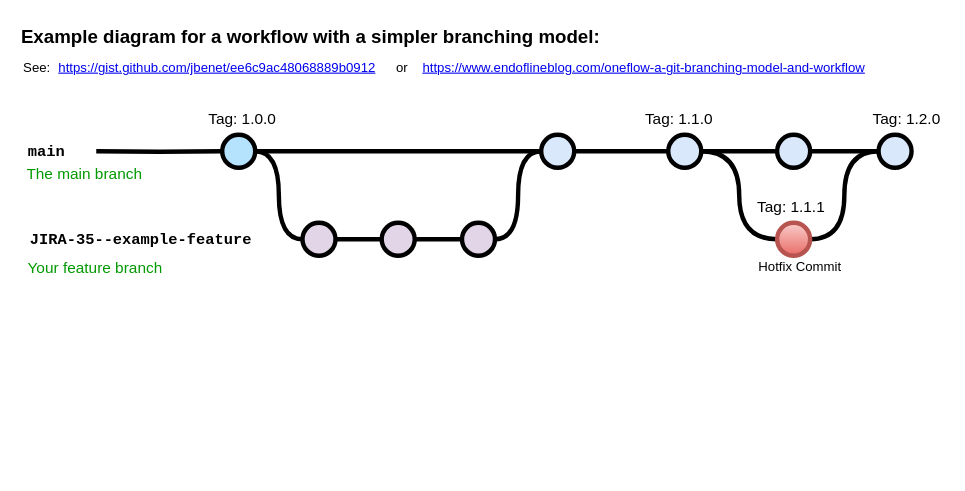
Before: page "simple gitflow" (1 of 2) of Untitled Diagram.drawio in bcrandell/data-assets, a draw.io diagram. Source tidied: cells renumbered, new cells numbered last; positions are measured from the earlier drawing's top-left corner, leaving out a move shared by most shapes. Both pictures are drawn from the tidied source at 110%, with x=0, y=0 at pixel (19, 19).
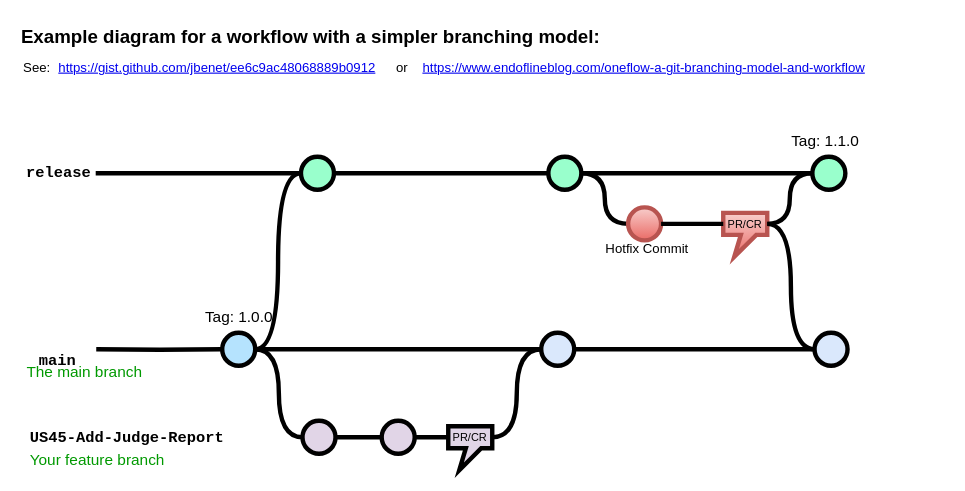
After the change.

The edit, as a diff of the source:
```diff
@@
     <mxCell id="7" style="verticalLabelPosition=bottom;verticalAlign=top;html=1;strokeWidth=4;shape=mxgraph.flowchart.on-page_reference;plain-blue;gradientColor=none;fillColor=#B5E3Fe;strokeColor=#000000;" parent="1" vertex="1">
-      <mxGeometry x="184.5" y="105" width="30" height="30" as="geometry" />
+      <mxGeometry x="184.5" y="285" width="30" height="30" as="geometry" />
     </mxCell>
@@
     <mxCell id="9" style="verticalLabelPosition=bottom;verticalAlign=top;html=1;strokeWidth=4;shape=mxgraph.flowchart.on-page_reference;plain-blue;gradientColor=none;strokeColor=#000000;" parent="1" vertex="1">
-      <mxGeometry x="474.5" y="105" width="30" height="30" as="geometry" />
+      <mxGeometry x="474.5" y="285" width="30" height="30" as="geometry" />
     </mxCell>
-    <mxCell id="10" style="edgeStyle=orthogonalEdgeStyle;curved=1;rounded=0;jettySize=auto;html=1;endArrow=none;endFill=0;strokeWidth=4;fontFamily=Courier New;fontSize=16;" parent="1" edge="1" source="12" target="14">
-      <mxGeometry relative="1" as="geometry" />
-    </mxCell>
-    <mxCell id="11" style="edgeStyle=orthogonalEdgeStyle;curved=1;rounded=0;jettySize=auto;html=1;endArrow=none;endFill=0;strokeWidth=4;fontFamily=Courier New;fontSize=16;entryX=0;entryY=0.5;entryDx=0;entryDy=0;entryPerimeter=0;" parent="1" edge="1" source="12" target="32">
+    <mxCell id="11" style="edgeStyle=orthogonalEdgeStyle;curved=1;rounded=0;jettySize=auto;html=1;endArrow=none;endFill=0;strokeWidth=4;fontFamily=Courier New;fontSize=16;entryX=0;entryY=0.5;entryDx=0;entryDy=0;entryPerimeter=0;exitX=1;exitY=0.5;exitDx=0;exitDy=0;exitPerimeter=0;" parent="1" edge="1" source="43" target="32">
       <mxGeometry relative="1" as="geometry" />
     </mxCell>
     <mxCell id="12" style="verticalLabelPosition=bottom;verticalAlign=top;html=1;strokeWidth=4;shape=mxgraph.flowchart.on-page_reference;plain-blue;gradientColor=none;strokeColor=#000000;" parent="1" vertex="1">
-      <mxGeometry x="590" y="105" width="30" height="30" as="geometry" />
+      <mxGeometry x="723" y="285" width="30" height="30" as="geometry" />
     </mxCell>
-    <mxCell id="13" style="edgeStyle=orthogonalEdgeStyle;curved=1;rounded=0;jettySize=auto;html=1;endArrow=none;endFill=0;strokeWidth=4;fontFamily=Courier New;fontSize=16;" parent="1" edge="1" source="14" target="15">
-      <mxGeometry relative="1" as="geometry" />
+    <mxCell id="13" style="edgeStyle=orthogonalEdgeStyle;curved=1;rounded=0;orthogonalLoop=1;jettySize=auto;html=1;endArrow=none;endFill=0;strokeWidth=4;fontFamily=Courier New;fontSize=16;" parent="1" edge="1">
+      <mxGeometry relative="1" as="geometry">
+        <mxPoint x="781.2" y="300" as="targetPoint" />
+      </mxGeometry>
     </mxCell>
-    <mxCell id="14" style="verticalLabelPosition=bottom;verticalAlign=top;html=1;strokeWidth=4;shape=mxgraph.flowchart.on-page_reference;plain-blue;gradientColor=none;strokeColor=#000000;" parent="1" vertex="1">
-      <mxGeometry x="689" y="105" width="30" height="30" as="geometry" />
-    </mxCell>
-    <mxCell id="15" style="verticalLabelPosition=bottom;verticalAlign=top;html=1;strokeWidth=4;shape=mxgraph.flowchart.on-page_reference;plain-blue;gradientColor=none;strokeColor=#000000;" parent="1" vertex="1">
-      <mxGeometry x="781.2" y="105" width="30" height="30" as="geometry" />
-    </mxCell>
     <mxCell id="16" style="edgeStyle=orthogonalEdgeStyle;rounded=0;html=1;jettySize=auto;strokeWidth=4;endArrow=none;endFill=0;" parent="1" edge="1" target="7">
       <mxGeometry x="204.5" y="180" as="geometry">
-        <mxPoint x="70" y="120" as="sourcePoint" />
+        <mxPoint x="70" y="300" as="sourcePoint" />
       </mxGeometry>
     </mxCell>
-    <mxCell id="17" value="main" style="text;html=1;strokeColor=none;fillColor=none;align=center;verticalAlign=middle;whiteSpace=wrap;overflow=hidden;fontSize=14;fontStyle=1;fontFamily=Courier New;" parent="1" vertex="1">
-      <mxGeometry y="110" width="50" height="20" as="geometry" />
+    <mxCell id="17" value="release" style="text;html=1;strokeColor=none;fillColor=none;align=center;verticalAlign=middle;whiteSpace=wrap;overflow=hidden;fontSize=14;fontStyle=1;fontFamily=Courier New;" parent="1" vertex="1">
+      <mxGeometry x="2.2" y="129" width="67.8" height="20" as="geometry" />
     </mxCell>
@@
     <mxCell id="19" style="verticalLabelPosition=bottom;verticalAlign=top;html=1;strokeWidth=4;shape=mxgraph.flowchart.on-page_reference;plain-purple;gradientColor=none;strokeColor=#000000;" parent="1" vertex="1">
-      <mxGeometry x="257.5" y="185" width="30" height="30" as="geometry" />
+      <mxGeometry x="257.5" y="365" width="30" height="30" as="geometry" />
     </mxCell>
-    <mxCell id="20" style="edgeStyle=orthogonalEdgeStyle;curved=1;rounded=0;html=1;exitX=1;exitY=0.5;exitPerimeter=0;entryX=0;entryY=0.5;entryPerimeter=0;endArrow=none;endFill=0;jettySize=auto;strokeWidth=4;fontSize=15;" parent="1" edge="1" source="21" target="23">
+    <mxCell id="20" style="edgeStyle=orthogonalEdgeStyle;curved=1;rounded=0;html=1;exitX=1;exitY=0.5;exitPerimeter=0;endArrow=none;endFill=0;jettySize=auto;strokeWidth=4;fontSize=15;entryX=0;entryY=0;entryDx=0;entryDy=10;entryPerimeter=0;" parent="1" edge="1" source="21" target="47">
       <mxGeometry relative="1" as="geometry" />
     </mxCell>
     <mxCell id="21" style="verticalLabelPosition=bottom;verticalAlign=top;html=1;strokeWidth=4;shape=mxgraph.flowchart.on-page_reference;plain-purple;gradientColor=none;strokeColor=#000000;" parent="1" vertex="1">
-      <mxGeometry x="329.5" y="185" width="30" height="30" as="geometry" />
+      <mxGeometry x="329.5" y="365" width="30" height="30" as="geometry" />
     </mxCell>
-    <mxCell id="22" style="edgeStyle=orthogonalEdgeStyle;curved=1;rounded=0;html=1;exitX=1;exitY=0.5;exitPerimeter=0;entryX=0;entryY=0.5;entryPerimeter=0;endArrow=none;endFill=0;jettySize=auto;strokeWidth=4;fontSize=15;" parent="1" edge="1" source="23" target="9">
+    <mxCell id="22" style="edgeStyle=orthogonalEdgeStyle;curved=1;rounded=0;html=1;entryX=0;entryY=0.5;entryPerimeter=0;endArrow=none;endFill=0;jettySize=auto;strokeWidth=4;fontSize=15;exitX=0;exitY=0;exitDx=40;exitDy=10;exitPerimeter=0;" parent="1" edge="1" source="47" target="9">
       <mxGeometry relative="1" as="geometry" />
     </mxCell>
-    <mxCell id="23" style="verticalLabelPosition=bottom;verticalAlign=top;html=1;strokeWidth=4;shape=mxgraph.flowchart.on-page_reference;plain-purple;gradientColor=none;strokeColor=#000000;" parent="1" vertex="1">
-      <mxGeometry x="402.5" y="185" width="30" height="30" as="geometry" />
-    </mxCell>
-    <mxCell id="24" value="JIRA-35--example-feature" style="text;html=1;strokeColor=none;fillColor=none;align=left;verticalAlign=middle;whiteSpace=wrap;overflow=hidden;fontSize=14;fontStyle=1;fontFamily=Courier New;" parent="1" vertex="1">
-      <mxGeometry x="7.5" y="190" width="240" height="20" as="geometry" />
+    <mxCell id="24" value="US45-Add-Judge-Report" style="text;html=1;strokeColor=none;fillColor=none;align=left;verticalAlign=middle;whiteSpace=wrap;overflow=hidden;fontSize=14;fontStyle=1;fontFamily=Courier New;" parent="1" vertex="1">
+      <mxGeometry x="7.5" y="370" width="240" height="20" as="geometry" />
     </mxCell>
     <mxCell id="25" value="The main branch&lt;br&gt;" style="text;html=1;strokeColor=none;fillColor=none;align=left;verticalAlign=middle;whiteSpace=wrap;overflow=hidden;fontSize=14;fontStyle=0;fontColor=#009900;" parent="1" vertex="1">
-      <mxGeometry x="5.2" y="130" width="132.2" height="20" as="geometry" />
+      <mxGeometry x="5.2" y="310" width="132.2" height="20" as="geometry" />
     </mxCell>
     <mxCell id="26" value="Your feature branch" style="text;html=1;strokeColor=none;fillColor=none;align=left;verticalAlign=middle;whiteSpace=wrap;overflow=hidden;fontSize=14;fontStyle=0;fontColor=#009900;" parent="1" vertex="1">
-      <mxGeometry x="6.2" y="215" width="202.2" height="20" as="geometry" />
+      <mxGeometry x="7.5" y="390" width="202.2" height="20" as="geometry" />
     </mxCell>
     <mxCell id="27" value="Tag: 1.0.0" style="text;html=1;strokeColor=none;fillColor=none;align=center;verticalAlign=middle;whiteSpace=wrap;overflow=hidden;fontSize=14;" parent="1" vertex="1">
-      <mxGeometry x="168.4" y="80" width="70" height="20" as="geometry" />
+      <mxGeometry x="164.5" y="260" width="70" height="20" as="geometry" />
     </mxCell>
     <mxCell id="28" value="Tag: 1.1.0" style="text;html=1;strokeColor=none;fillColor=none;align=center;verticalAlign=middle;whiteSpace=wrap;overflow=hidden;fontSize=14;" parent="1" vertex="1">
-      <mxGeometry x="564.5" y="80" width="70" height="20" as="geometry" />
+      <mxGeometry x="697.5" y="100" width="70" height="20" as="geometry" />
     </mxCell>
@@
-    <mxCell id="31" style="edgeStyle=orthogonalEdgeStyle;curved=1;rounded=0;jettySize=auto;html=1;endArrow=none;endFill=0;strokeWidth=4;fontFamily=Courier New;fontSize=16;entryX=0;entryY=0.5;entryDx=0;entryDy=0;entryPerimeter=0;" parent="1" edge="1" source="32" target="15">
-      <mxGeometry relative="1" as="geometry" />
-    </mxCell>
     <mxCell id="32" style="verticalLabelPosition=bottom;verticalAlign=top;html=1;strokeWidth=4;shape=mxgraph.flowchart.on-page_reference;plain-blue;gradientColor=#EA6B66;strokeColor=#B85450;fillColor=#F8CECC;" parent="1" vertex="1">
-      <mxGeometry x="689" y="185" width="30" height="30" as="geometry" />
+      <mxGeometry x="553.5" y="171" width="30" height="30" as="geometry" />
     </mxCell>
     <mxCell id="33" value="Hotfix Commit" style="text;html=1;strokeColor=none;fillColor=none;align=center;verticalAlign=middle;whiteSpace=wrap;overflow=hidden;" parent="1" vertex="1">
-      <mxGeometry x="669.5" y="210" width="80" height="30" as="geometry" />
+      <mxGeometry x="530.5" y="194" width="80" height="30" as="geometry" />
     </mxCell>
-    <mxCell id="34" value="Tag: 1.1.1" style="text;html=1;strokeColor=none;fillColor=none;align=center;verticalAlign=middle;whiteSpace=wrap;overflow=hidden;fontSize=14;" parent="1" vertex="1">
-      <mxGeometry x="666.8" y="160" width="70" height="20" as="geometry" />
-    </mxCell>
-    <mxCell id="35" value="Tag: 1.2.0" style="text;html=1;strokeColor=none;fillColor=none;align=center;verticalAlign=middle;whiteSpace=wrap;overflow=hidden;fontSize=14;" parent="1" vertex="1">
-      <mxGeometry x="772.2" y="80" width="70" height="20" as="geometry" />
-    </mxCell>
+    <mxCell id="36" style="verticalLabelPosition=bottom;verticalAlign=top;html=1;strokeWidth=4;shape=mxgraph.flowchart.on-page_reference;plain-purple;gradientColor=none;strokeColor=#000000;fillColor=#99FFCC;" parent="1" vertex="1">
+      <mxGeometry x="256.1" y="125" width="30" height="30" as="geometry" />
+    </mxCell>
+    <mxCell id="37" style="edgeStyle=orthogonalEdgeStyle;curved=1;rounded=0;html=1;exitX=1;exitY=0.5;exitPerimeter=0;endArrow=none;endFill=0;jettySize=auto;strokeWidth=4;fontSize=15;exitDx=0;exitDy=0;entryX=0;entryY=0.5;entryDx=0;entryDy=0;entryPerimeter=0;" parent="1" edge="1" source="7" target="36">
+      <mxGeometry relative="1" as="geometry" />
+    </mxCell>
+    <mxCell id="38" value="main" style="text;html=1;strokeColor=none;fillColor=none;align=center;verticalAlign=middle;whiteSpace=wrap;overflow=hidden;fontSize=14;fontStyle=1;fontFamily=Courier New;" parent="1" vertex="1">
+      <mxGeometry x="10" y="300" width="50" height="20" as="geometry" />
+    </mxCell>
+    <mxCell id="39" style="edgeStyle=orthogonalEdgeStyle;rounded=0;html=1;jettySize=auto;strokeWidth=4;endArrow=none;endFill=0;entryX=0;entryY=0.5;entryDx=0;entryDy=0;entryPerimeter=0;" parent="1" edge="1" target="36">
+      <mxGeometry x="204.5" y="180" as="geometry">
+        <mxPoint x="69.5" y="139.5" as="sourcePoint" />
+        <Array as="points">
+          <mxPoint x="256" y="140" />
+        </Array>
+      </mxGeometry>
+    </mxCell>
+    <mxCell id="40" style="edgeStyle=orthogonalEdgeStyle;rounded=0;orthogonalLoop=1;jettySize=auto;html=1;entryX=0;entryY=0.5;entryDx=0;entryDy=0;entryPerimeter=0;strokeWidth=4;endArrow=none;endFill=0;" parent="1" edge="1">
+      <mxGeometry relative="1" as="geometry">
+        <mxPoint x="289.5" y="430" as="sourcePoint" />
+      </mxGeometry>
+    </mxCell>
+    <mxCell id="41" style="edgeStyle=orthogonalEdgeStyle;rounded=0;orthogonalLoop=1;jettySize=auto;html=1;entryX=0;entryY=0.5;entryDx=0;entryDy=0;entryPerimeter=0;strokeWidth=4;endArrow=none;endFill=0;" parent="1" edge="1">
+      <mxGeometry relative="1" as="geometry">
+        <mxPoint x="351" y="430" as="sourcePoint" />
+      </mxGeometry>
+    </mxCell>
+    <mxCell id="42" style="edgeStyle=orthogonalEdgeStyle;rounded=0;orthogonalLoop=1;jettySize=auto;html=1;entryX=0;entryY=0.5;entryDx=0;entryDy=0;entryPerimeter=0;strokeWidth=4;endArrow=none;endFill=0;" parent="1" edge="1">
+      <mxGeometry relative="1" as="geometry">
+        <mxPoint x="413" y="430" as="sourcePoint" />
+      </mxGeometry>
+    </mxCell>
+    <mxCell id="43" style="verticalLabelPosition=bottom;verticalAlign=top;html=1;strokeWidth=4;shape=mxgraph.flowchart.on-page_reference;plain-purple;gradientColor=none;strokeColor=#000000;fillColor=#99FFCC;" parent="1" vertex="1">
+      <mxGeometry x="481" y="125" width="30" height="30" as="geometry" />
+    </mxCell>
+    <mxCell id="44" style="verticalLabelPosition=bottom;verticalAlign=top;html=1;strokeWidth=4;shape=mxgraph.flowchart.on-page_reference;plain-purple;gradientColor=none;strokeColor=#000000;fillColor=#99FFCC;" parent="1" vertex="1">
+      <mxGeometry x="721" y="125" width="30" height="30" as="geometry" />
+    </mxCell>
+    <mxCell id="45" style="edgeStyle=orthogonalEdgeStyle;rounded=0;jettySize=auto;html=1;entryX=0;entryY=0.5;entryDx=0;entryDy=0;entryPerimeter=0;strokeWidth=4;endArrow=none;endFill=0;" parent="1" edge="1" source="36" target="43">
+      <mxGeometry relative="1" as="geometry" />
+    </mxCell>
+    <mxCell id="46" style="edgeStyle=orthogonalEdgeStyle;rounded=0;jettySize=auto;html=1;entryX=0;entryY=0.5;entryDx=0;entryDy=0;entryPerimeter=0;strokeWidth=4;endArrow=none;endFill=0;" parent="1" edge="1" source="43" target="44">
+      <mxGeometry relative="1" as="geometry" />
+    </mxCell>
+    <mxCell id="47" value="PR/CR" style="shape=callout;whiteSpace=wrap;html=1;perimeter=calloutPerimeter;strokeWidth=4;position2=0.25;size=20;position=0.4;base=14;fillColor=#e1d5e7;strokeColor=default;fontSize=10;" parent="1" vertex="1">
+      <mxGeometry x="390" y="370" width="40" height="40" as="geometry" />
+    </mxCell>
+    <mxCell id="48" value="PR/CR" style="shape=callout;whiteSpace=wrap;html=1;perimeter=calloutPerimeter;strokeWidth=4;position2=0.25;size=20;position=0.4;base=14;fillColor=#F8CECC;strokeColor=#B85450;align=center;verticalAlign=top;fontFamily=Helvetica;fontSize=10;fontColor=default;gradientColor=#EA6B66;spacing=0;" parent="1" vertex="1">
+      <mxGeometry x="640" y="176" width="40" height="40" as="geometry" />
+    </mxCell>
+    <mxCell id="49" style="edgeStyle=orthogonalEdgeStyle;rounded=0;jettySize=auto;html=1;entryX=0;entryY=0;entryDx=0;entryDy=10;entryPerimeter=0;strokeColor=default;strokeWidth=4;align=center;verticalAlign=middle;fontFamily=Courier New;fontSize=16;fontColor=default;labelBackgroundColor=default;endArrow=none;endFill=0;curved=1;" parent="1" edge="1" source="32" target="48">
+      <mxGeometry relative="1" as="geometry" />
+    </mxCell>
+    <mxCell id="50" style="edgeStyle=orthogonalEdgeStyle;rounded=0;jettySize=auto;html=1;entryX=0;entryY=0.5;entryDx=0;entryDy=0;entryPerimeter=0;strokeColor=default;strokeWidth=4;align=center;verticalAlign=middle;fontFamily=Courier New;fontSize=16;fontColor=default;labelBackgroundColor=default;endArrow=none;endFill=0;curved=1;exitX=0;exitY=0;exitDx=40;exitDy=10;exitPerimeter=0;" parent="1" edge="1" source="48" target="44">
+      <mxGeometry relative="1" as="geometry" />
+    </mxCell>
+    <mxCell id="51" style="edgeStyle=orthogonalEdgeStyle;rounded=0;jettySize=auto;html=1;exitX=0;exitY=0;exitDx=40;exitDy=10;exitPerimeter=0;entryX=0;entryY=0.5;entryDx=0;entryDy=0;entryPerimeter=0;strokeColor=default;strokeWidth=4;align=center;verticalAlign=middle;fontFamily=Courier New;fontSize=16;fontColor=default;labelBackgroundColor=default;endArrow=none;endFill=0;curved=1;" parent="1" edge="1" source="48" target="12">
+      <mxGeometry relative="1" as="geometry" />
+    </mxCell>
```
